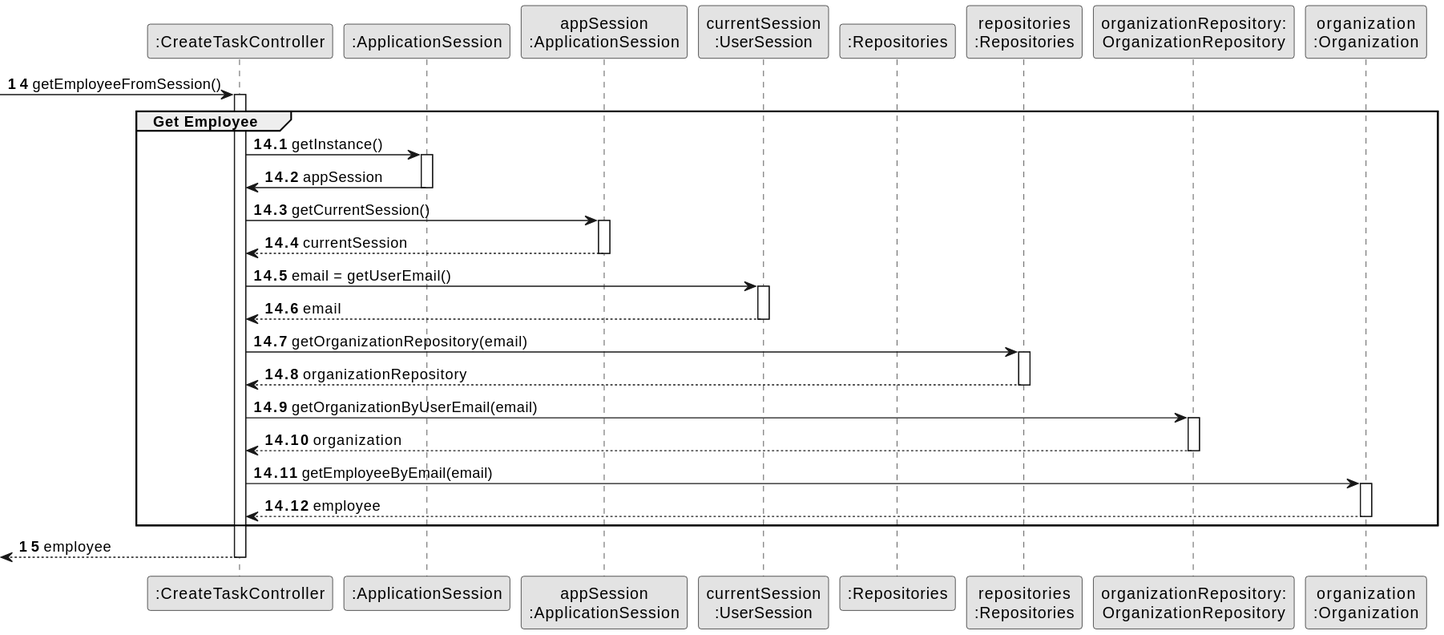
PureNimble/ISEP-LAPR2 keeps this PlantUML diagram as docs/tp1/svg/uc6-sequence-diagram-get-employee.svg. Above is the earlier version.
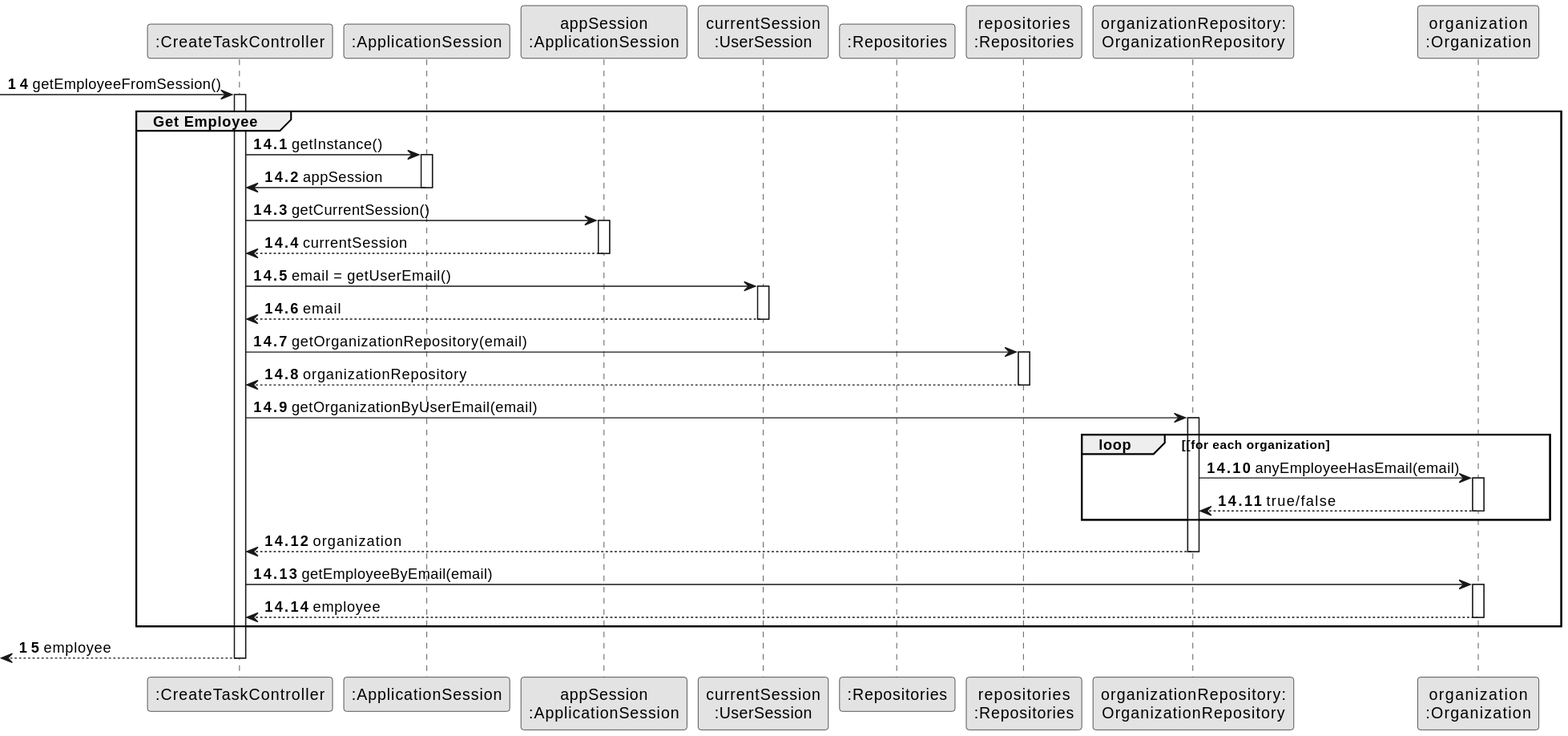
After the change.

Diff of the diagram source:
```diff
@@ -46,7 +46,16 @@
         CTRL -> OrganizationRepository: getOrganizationByUserEmail(email)
         activate OrganizationRepository
 
+            loop [for each organization
+                OrganizationRepository -> ORG : anyEmployeeHasEmail(email)
+                activate ORG
+
+                     ORG --> OrganizationRepository : true/false
+                deactivate ORG
+            end
+
             OrganizationRepository --> CTRL : organization
+
         deactivate OrganizationRepository
 
         CTRL -> ORG: getEmployeeByEmail(email)
```
